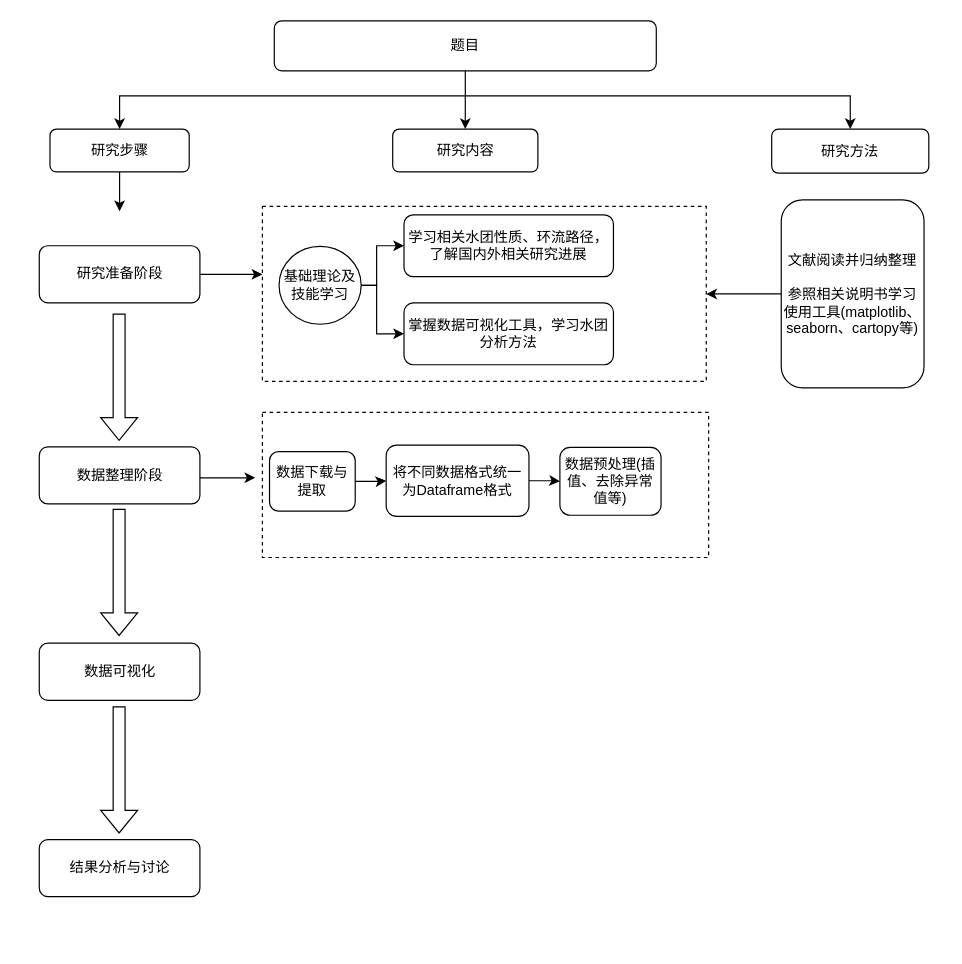
The draw.io diagram 未命名绘图.drawio in wcidftq/wcidftq, before the edit. Source tidied: cells renumbered, new cells numbered last; positions are measured from the earlier drawing's top-left corner, leaving out a move shared by most shapes. Both pictures are drawn from the tidied source at 119%, with x=0, y=0 at pixel (39, 20).
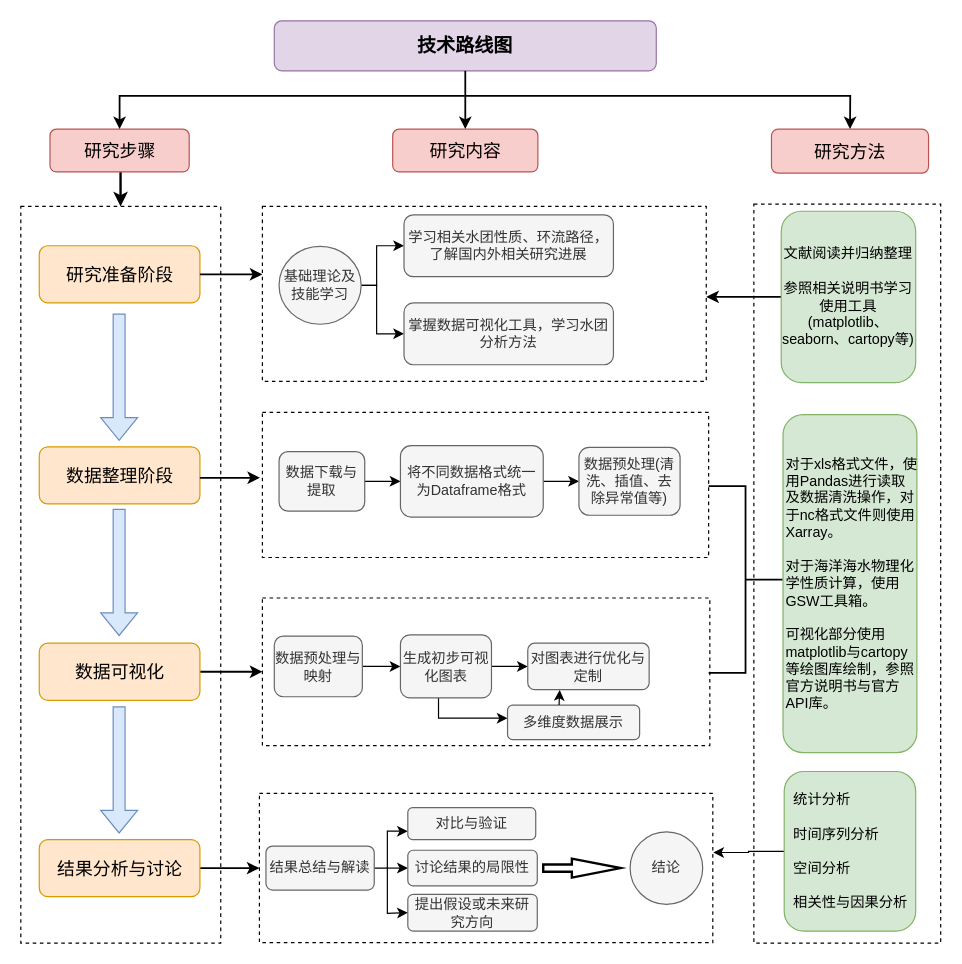
Above is the later version.

Commit message:
更新未命名绘图.drawio

Unchanged cells that the change refers to:
```xml
<mxCell id="3" style="rounded=0;whiteSpace=wrap;html=1;dashed=1;" parent="1" vertex="1">
  <mxGeometry x="187" y="156" width="373" height="147" as="geometry" />
</mxCell>
```

Change to the diagram source:
```diff
@@
+    <mxCell id="33" style="rounded=0;whiteSpace=wrap;html=1;dashed=1;" parent="1" vertex="1">
+      <mxGeometry x="600" y="154" width="157" height="621" as="geometry" />
+    </mxCell>
+    <mxCell id="34" style="rounded=0;whiteSpace=wrap;html=1;dashed=1;" parent="1" vertex="1">
+      <mxGeometry x="-16" y="156" width="168" height="619" as="geometry" />
+    </mxCell>
@@
-    <mxCell id="4" value="题目" style="rounded=1;whiteSpace=wrap;html=1;" parent="1" vertex="1">
+    <mxCell id="4" value="&lt;font style=&quot;font-size: 16px;&quot;&gt;&lt;b&gt;技术路线图&lt;/b&gt;&lt;/font&gt;" style="rounded=1;whiteSpace=wrap;html=1;fillColor=#e1d5e7;strokeColor=#9673a6;" parent="1" vertex="1">
       <mxGeometry x="197" width="321" height="42" as="geometry" />
     </mxCell>
+    <mxCell id="35" style="edgeStyle=orthogonalEdgeStyle;rounded=0;orthogonalLoop=1;jettySize=auto;html=1;strokeWidth=2;" parent="1" edge="1">
+      <mxGeometry relative="1" as="geometry">
+        <mxPoint x="67.8" y="94" as="sourcePoint" />
+        <mxPoint x="67.8" y="156" as="targetPoint" />
+      </mxGeometry>
+    </mxCell>
-    <mxCell id="5" value="研究步骤" style="rounded=1;whiteSpace=wrap;html=1;" parent="1" vertex="1">
+    <mxCell id="5" value="&lt;font style=&quot;font-size: 15px;&quot;&gt;研究步骤&lt;/font&gt;" style="rounded=1;whiteSpace=wrap;html=1;fillColor=#f8cecc;strokeColor=#b85450;" parent="1" vertex="1">
       <mxGeometry x="8.5" y="91" width="117" height="36" as="geometry" />
     </mxCell>
-    <mxCell id="6" value="研究方法" style="rounded=1;whiteSpace=wrap;html=1;" parent="1" vertex="1">
-      <mxGeometry x="615" y="91" width="132" height="37" as="geometry" />
+    <mxCell id="6" value="&lt;font style=&quot;font-size: 15px;&quot;&gt;研究方法&lt;/font&gt;" style="rounded=1;whiteSpace=wrap;html=1;fillColor=#f8cecc;strokeColor=#b85450;" parent="1" vertex="1">
+      <mxGeometry x="614.8" y="91" width="132" height="37" as="geometry" />
     </mxCell>
-    <mxCell id="7" value="研究内容" style="rounded=1;whiteSpace=wrap;html=1;" parent="1" vertex="1">
+    <mxCell id="7" value="&lt;font style=&quot;font-size: 15px;&quot;&gt;研究内容&lt;/font&gt;" style="rounded=1;whiteSpace=wrap;html=1;fillColor=#f8cecc;strokeColor=#b85450;" parent="1" vertex="1">
       <mxGeometry x="296.5" y="91" width="122" height="36" as="geometry" />
     </mxCell>
-    <mxCell id="8" value="研究准备阶段" style="rounded=1;whiteSpace=wrap;html=1;" parent="1" vertex="1">
+    <mxCell id="8" value="&lt;font style=&quot;font-size: 15px;&quot;&gt;研究准备阶段&lt;/font&gt;" style="rounded=1;whiteSpace=wrap;html=1;fillColor=#ffe6cc;strokeColor=#d79b00;" parent="1" vertex="1">
       <mxGeometry x="-0.5" y="189" width="135" height="48" as="geometry" />
     </mxCell>
-    <mxCell id="9" value="数据整理阶段" style="rounded=1;whiteSpace=wrap;html=1;" parent="1" vertex="1">
+    <mxCell id="9" value="&lt;font style=&quot;font-size: 15px;&quot;&gt;数据整理阶段&lt;/font&gt;" style="rounded=1;whiteSpace=wrap;html=1;fillColor=#ffe6cc;strokeColor=#d79b00;" parent="1" vertex="1">
       <mxGeometry x="-0.5" y="358" width="135" height="48" as="geometry" />
     </mxCell>
+    <mxCell id="36" style="edgeStyle=orthogonalEdgeStyle;rounded=0;jettySize=auto;html=1;strokeWidth=1.5;" parent="1" edge="1" source="10" target="38">
+      <mxGeometry relative="1" as="geometry" />
+    </mxCell>
-    <mxCell id="10" value="数据可视化" style="rounded=1;whiteSpace=wrap;html=1;" parent="1" vertex="1">
+    <mxCell id="10" value="&lt;font style=&quot;font-size: 15px;&quot;&gt;数据可视化&lt;/font&gt;" style="rounded=1;whiteSpace=wrap;html=1;fillColor=#ffe6cc;strokeColor=#d79b00;" parent="1" vertex="1">
       <mxGeometry x="-0.5" y="523" width="135" height="48" as="geometry" />
     </mxCell>
+    <mxCell id="37" style="edgeStyle=orthogonalEdgeStyle;rounded=0;jettySize=auto;html=1;strokeWidth=1.5;" parent="1" edge="1" source="11" target="49">
+      <mxGeometry relative="1" as="geometry" />
+    </mxCell>
-    <mxCell id="11" value="结果分析与讨论" style="rounded=1;whiteSpace=wrap;html=1;" parent="1" vertex="1">
+    <mxCell id="11" value="&lt;font style=&quot;font-size: 15px;&quot;&gt;结果分析与讨论&lt;/font&gt;" style="rounded=1;whiteSpace=wrap;html=1;fillColor=#ffe6cc;strokeColor=#d79b00;" parent="1" vertex="1">
       <mxGeometry x="-0.5" y="688" width="135" height="48" as="geometry" />
     </mxCell>
-    <mxCell id="12" style="endArrow=classic;html=1;rounded=0;exitX=0.5;exitY=1;exitDx=0;exitDy=0;entryX=0.5;entryY=0;entryDx=0;entryDy=0;" parent="1" edge="1" source="4" target="7">
+    <mxCell id="12" style="endArrow=classic;html=1;rounded=0;exitX=0.5;exitY=1;exitDx=0;exitDy=0;entryX=0.5;entryY=0;entryDx=0;entryDy=0;strokeWidth=1.5;" parent="1" edge="1" source="4" target="7">
       <mxGeometry relative="1" as="geometry" />
     </mxCell>
-    <mxCell id="13" style="endArrow=classic;html=1;rounded=0;entryX=0.5;entryY=0;entryDx=0;entryDy=0;" parent="1" edge="1" target="6">
+    <mxCell id="13" style="endArrow=classic;html=1;rounded=0;entryX=0.5;entryY=0;entryDx=0;entryDy=0;strokeWidth=1.5;" parent="1" edge="1" target="6">
       <mxGeometry relative="1" as="geometry">
         <mxPoint x="357" y="63" as="sourcePoint" />
         <Array as="points">
           <mxPoint x="681" y="63" />
         </Array>
       </mxGeometry>
     </mxCell>
-    <mxCell id="14" style="endArrow=classic;html=1;rounded=0;entryX=0.5;entryY=0;entryDx=0;entryDy=0;" parent="1" edge="1" target="5">
+    <mxCell id="14" style="endArrow=classic;html=1;rounded=0;entryX=0.5;entryY=0;entryDx=0;entryDy=0;strokeWidth=1.5;" parent="1" edge="1" target="5">
       <mxGeometry relative="1" as="geometry">
         <mxPoint x="357" y="63" as="sourcePoint" />
         <Array as="points">
           <mxPoint x="67" y="63" />
         </Array>
       </mxGeometry>
     </mxCell>
-    <mxCell id="15" style="endArrow=classic;html=1;rounded=0;exitX=0.5;exitY=1;exitDx=0;exitDy=0;" parent="1" edge="1" source="5">
-      <mxGeometry relative="1" as="geometry">
-        <mxPoint x="67" y="160" as="targetPoint" />
-      </mxGeometry>
-    </mxCell>
-    <mxCell id="16" style="endArrow=classic;html=1;rounded=0;exitX=1;exitY=0.5;exitDx=0;exitDy=0;entryX=0;entryY=0.388;entryDx=0;entryDy=0;entryPerimeter=0;" parent="1" edge="1" source="8" target="3">
+    <mxCell id="16" style="endArrow=classic;html=1;rounded=0;exitX=1;exitY=0.5;exitDx=0;exitDy=0;entryX=0;entryY=0.388;entryDx=0;entryDy=0;entryPerimeter=0;strokeWidth=1.5;" parent="1" edge="1" source="8" target="3">
       <mxGeometry relative="1" as="geometry" />
     </mxCell>
@@
-    <mxCell id="19" value="基础理论及技能学习" style="ellipse;whiteSpace=wrap;html=1;" parent="1" vertex="1">
+    <mxCell id="19" value="基础理论及技能学习" style="ellipse;whiteSpace=wrap;html=1;fillColor=#f5f5f5;fontColor=#333333;strokeColor=#666666;" parent="1" vertex="1">
       <mxGeometry x="201" y="189.5" width="69" height="65.5" as="geometry" />
     </mxCell>
-    <mxCell id="20" value="学习相关水团性质、环流路径，了解国内外相关研究进展" style="rounded=1;whiteSpace=wrap;html=1;" parent="1" vertex="1">
+    <mxCell id="20" value="学习相关水团性质、环流路径，了解国内外相关研究进展" style="rounded=1;whiteSpace=wrap;html=1;fillColor=#f5f5f5;fontColor=#333333;strokeColor=#666666;" parent="1" vertex="1">
       <mxGeometry x="306" y="163" width="176" height="52" as="geometry" />
     </mxCell>
-    <mxCell id="21" value="掌握数据可视化工具，学习水团分析方法" style="rounded=1;whiteSpace=wrap;html=1;" parent="1" vertex="1">
+    <mxCell id="21" value="掌握数据可视化工具，学习水团分析方法" style="rounded=1;whiteSpace=wrap;html=1;fillColor=#f5f5f5;fontColor=#333333;strokeColor=#666666;" parent="1" vertex="1">
       <mxGeometry x="306" y="237" width="176" height="52" as="geometry" />
     </mxCell>
-    <mxCell id="22" style="edgeStyle=orthogonalEdgeStyle;rounded=0;jettySize=auto;html=1;" parent="1" edge="1" source="23" target="3">
-      <mxGeometry relative="1" as="geometry" />
+    <mxCell id="22" style="edgeStyle=orthogonalEdgeStyle;rounded=0;jettySize=auto;html=1;strokeWidth=1.5;" parent="1" edge="1" source="23" target="3">
+      <mxGeometry relative="1" as="geometry">
+        <Array as="points">
+          <mxPoint x="579" y="232" />
+          <mxPoint x="579" y="232" />
+        </Array>
+      </mxGeometry>
     </mxCell>
-    <mxCell id="23" value="文献阅读并归纳整理&lt;div&gt;&lt;br&gt;&lt;div&gt;参照相关说明书学习使用工具(matplotlib、seaborn、cartopy等)&lt;/div&gt;&lt;/div&gt;" style="rounded=1;whiteSpace=wrap;html=1;" parent="1" vertex="1">
-      <mxGeometry x="623" y="150.5" width="120" height="158" as="geometry" />
+    <mxCell id="23" value="文献阅读并归纳整理&lt;div&gt;&lt;br&gt;&lt;div&gt;参照相关说明书学习使用工具(matplotlib、seaborn、cartopy等)&lt;/div&gt;&lt;/div&gt;" style="rounded=1;whiteSpace=wrap;html=1;fillColor=#d5e8d4;strokeColor=#82b366;" parent="1" vertex="1">
+      <mxGeometry x="623" y="160" width="113" height="144" as="geometry" />
     </mxCell>
-    <mxCell id="24" style="shape=flexArrow;endArrow=classic;html=1;rounded=0;" parent="1" edge="1">
+    <mxCell id="24" style="shape=flexArrow;endArrow=classic;html=1;rounded=0;fillColor=#dae8fc;strokeColor=#6c8ebf;" parent="1" edge="1">
       <mxGeometry relative="1" as="geometry">
         <mxPoint x="66.6" y="246" as="sourcePoint" />
         <mxPoint x="66.6" y="353" as="targetPoint" />
       </mxGeometry>
     </mxCell>
-    <mxCell id="25" style="shape=flexArrow;endArrow=classic;html=1;rounded=0;" parent="1" edge="1">
+    <mxCell id="25" style="shape=flexArrow;endArrow=classic;html=1;rounded=0;fillColor=#dae8fc;strokeColor=#6c8ebf;" parent="1" edge="1">
       <mxGeometry relative="1" as="geometry">
         <mxPoint x="66.6" y="410" as="sourcePoint" />
         <mxPoint x="66.6" y="517" as="targetPoint" />
       </mxGeometry>
     </mxCell>
-    <mxCell id="26" style="shape=flexArrow;endArrow=classic;html=1;rounded=0;" parent="1" edge="1">
+    <mxCell id="26" style="shape=flexArrow;endArrow=classic;html=1;rounded=0;fillColor=#dae8fc;strokeColor=#6c8ebf;" parent="1" edge="1">
       <mxGeometry relative="1" as="geometry">
         <mxPoint x="66.6" y="576" as="sourcePoint" />
         <mxPoint x="66.6" y="683" as="targetPoint" />
       </mxGeometry>
     </mxCell>
-    <mxCell id="27" style="endArrow=classic;html=1;rounded=0;" parent="1" edge="1">
+    <mxCell id="27" style="endArrow=classic;html=1;rounded=0;strokeWidth=1.5;" parent="1" edge="1">
       <mxGeometry relative="1" as="geometry">
         <mxPoint x="134.5" y="384" as="sourcePoint" />
-        <mxPoint x="181" y="384" as="targetPoint" />
+        <mxPoint x="185" y="384" as="targetPoint" />
       </mxGeometry>
     </mxCell>
@@
-    <mxCell id="29" value="数据下载与提取" style="rounded=1;whiteSpace=wrap;html=1;" parent="1" vertex="1">
-      <mxGeometry x="193" y="362" width="72" height="50" as="geometry" />
+    <mxCell id="29" value="数据下载与提取" style="rounded=1;whiteSpace=wrap;html=1;fillColor=#f5f5f5;fontColor=#333333;strokeColor=#666666;" parent="1" vertex="1">
+      <mxGeometry x="201" y="362" width="72" height="50" as="geometry" />
     </mxCell>
@@
-    <mxCell id="31" value="将不同数据格式统一为Dataframe格式" style="whiteSpace=wrap;html=1;rounded=1;" parent="1" vertex="1">
-      <mxGeometry x="291" y="356.5" width="120" height="60" as="geometry" />
+    <mxCell id="31" value="将不同数据格式统一为Dataframe格式" style="whiteSpace=wrap;html=1;rounded=1;fillColor=#f5f5f5;fontColor=#333333;strokeColor=#666666;" parent="1" vertex="1">
+      <mxGeometry x="303" y="357" width="120" height="60" as="geometry" />
     </mxCell>
-    <mxCell id="32" value="数据预处理(插值、去除异常值等)" style="whiteSpace=wrap;html=1;rounded=1;" parent="1" vertex="1">
-      <mxGeometry x="437" y="358.5" width="85" height="57" as="geometry" />
+    <mxCell id="32" value="数据预处理(清洗、插值、去除异常值等)" style="whiteSpace=wrap;html=1;rounded=1;fillColor=#f5f5f5;fontColor=#333333;strokeColor=#666666;" parent="1" vertex="1">
+      <mxGeometry x="453" y="358.5" width="85" height="57" as="geometry" />
     </mxCell>
+    <mxCell id="38" style="rounded=0;whiteSpace=wrap;html=1;dashed=1;" parent="1" vertex="1">
+      <mxGeometry x="187" y="485" width="376" height="124" as="geometry" />
+    </mxCell>
+    <mxCell id="39" style="edgeStyle=orthogonalEdgeStyle;rounded=0;jettySize=auto;html=1;" parent="1" edge="1" source="40" target="43">
+      <mxGeometry relative="1" as="geometry" />
+    </mxCell>
+    <mxCell id="40" value="数据预处理与映射" style="rounded=1;whiteSpace=wrap;html=1;fillColor=#f5f5f5;fontColor=#333333;strokeColor=#666666;" parent="1" vertex="1">
+      <mxGeometry x="197" y="517" width="74" height="51" as="geometry" />
+    </mxCell>
+    <mxCell id="41" style="edgeStyle=orthogonalEdgeStyle;rounded=0;jettySize=auto;html=1;" parent="1" edge="1" source="43" target="44">
+      <mxGeometry relative="1" as="geometry" />
+    </mxCell>
+    <mxCell id="42" style="edgeStyle=orthogonalEdgeStyle;rounded=0;jettySize=auto;html=1;" parent="1" edge="1" source="43" target="45">
+      <mxGeometry relative="1" as="geometry">
+        <Array as="points">
+          <mxPoint x="335" y="586" />
+        </Array>
+      </mxGeometry>
+    </mxCell>
+    <mxCell id="43" value="生成初步可视化图表" style="whiteSpace=wrap;html=1;rounded=1;fillColor=#f5f5f5;fontColor=#333333;strokeColor=#666666;" parent="1" vertex="1">
+      <mxGeometry x="303" y="516" width="76.5" height="53" as="geometry" />
+    </mxCell>
+    <mxCell id="44" value="对图表进行优化与定制" style="whiteSpace=wrap;html=1;rounded=1;fillColor=#f5f5f5;fontColor=#333333;strokeColor=#666666;" parent="1" vertex="1">
+      <mxGeometry x="410" y="523" width="102" height="39" as="geometry" />
+    </mxCell>
+    <mxCell id="45" value="多维度数据展示" style="whiteSpace=wrap;html=1;rounded=1;fillColor=#f5f5f5;fontColor=#333333;strokeColor=#666666;" parent="1" vertex="1">
+      <mxGeometry x="393" y="575" width="111" height="29" as="geometry" />
+    </mxCell>
+    <mxCell id="46" style="endArrow=classic;html=1;rounded=0;entryX=0.263;entryY=1.009;entryDx=0;entryDy=0;exitX=0.39;exitY=0;exitDx=0;exitDy=0;exitPerimeter=0;entryPerimeter=0;" parent="1" edge="1" source="45" target="44">
+      <mxGeometry relative="1" as="geometry" />
+    </mxCell>
+    <mxCell id="47" value="对于xls格式文件，使用Pandas进行读取及数据清洗操作，对于nc格式文件则使用Xarray。&lt;div&gt;&lt;br&gt;&lt;div&gt;对于海洋海水物理化学性质计算，使用GSW工具箱&lt;span style=&quot;background-color: initial;&quot;&gt;。&lt;/span&gt;&lt;/div&gt;&lt;div&gt;&lt;span style=&quot;background-color: initial;&quot;&gt;&lt;br&gt;&lt;/span&gt;&lt;/div&gt;&lt;div&gt;可视化部分使用matplotlib与cartopy等绘图库绘制，参照官方说明书与官方API库。&lt;/div&gt;&lt;/div&gt;" style="rounded=1;whiteSpace=wrap;html=1;align=left;fillColor=#d5e8d4;strokeColor=#82b366;" parent="1" vertex="1">
+      <mxGeometry x="624.5" y="331" width="112.5" height="284" as="geometry" />
+    </mxCell>
+    <mxCell id="48" style="strokeWidth=1.5;html=1;shape=mxgraph.flowchart.annotation_2;align=left;labelPosition=right;direction=west;" parent="1" vertex="1">
+      <mxGeometry x="562" y="391" width="62" height="157" as="geometry" />
+    </mxCell>
+    <mxCell id="49" style="rounded=0;whiteSpace=wrap;html=1;dashed=1;" parent="1" vertex="1">
+      <mxGeometry x="184.5" y="649.2" width="381" height="125.5" as="geometry" />
+    </mxCell>
+    <mxCell id="50" style="edgeStyle=orthogonalEdgeStyle;rounded=0;jettySize=auto;html=1;" parent="1" edge="1" source="51" target="52">
+      <mxGeometry relative="1" as="geometry">
+        <Array as="points">
+          <mxPoint x="292" y="712" />
+          <mxPoint x="292" y="681" />
+        </Array>
+      </mxGeometry>
+    </mxCell>
+    <mxCell id="51" value="结果总结与解读" style="rounded=1;whiteSpace=wrap;html=1;fillColor=#f5f5f5;fontColor=#333333;strokeColor=#666666;" parent="1" vertex="1">
+      <mxGeometry x="190" y="693.5" width="91" height="37" as="geometry" />
+    </mxCell>
+    <mxCell id="52" value="对比与验证" style="whiteSpace=wrap;html=1;fillColor=#f5f5f5;strokeColor=#666666;fontColor=#333333;rounded=1;" parent="1" vertex="1">
+      <mxGeometry x="309.2" y="661.2" width="107.5" height="26.8" as="geometry" />
+    </mxCell>
+    <mxCell id="53" style="endArrow=classic;html=1;rounded=0;entryX=0;entryY=0.5;entryDx=0;entryDy=0;" parent="1" edge="1" target="54">
+      <mxGeometry relative="1" as="geometry">
+        <mxPoint x="292" y="712" as="sourcePoint" />
+      </mxGeometry>
+    </mxCell>
+    <mxCell id="54" value="讨论结果的局限性" style="rounded=1;whiteSpace=wrap;html=1;fillColor=#f5f5f5;fontColor=#333333;strokeColor=#666666;" parent="1" vertex="1">
+      <mxGeometry x="309.2" y="697" width="108.8" height="30" as="geometry" />
+    </mxCell>
+    <mxCell id="55" value="提出假设或未来研究方向" style="rounded=1;whiteSpace=wrap;html=1;fillColor=#f5f5f5;fontColor=#333333;strokeColor=#666666;" parent="1" vertex="1">
+      <mxGeometry x="309.2" y="734" width="108.8" height="31" as="geometry" />
+    </mxCell>
+    <mxCell id="56" style="endArrow=classic;html=1;rounded=0;entryX=0;entryY=0.5;entryDx=0;entryDy=0;" parent="1" edge="1" target="55">
+      <mxGeometry relative="1" as="geometry">
+        <mxPoint x="292" y="711" as="sourcePoint" />
+        <Array as="points">
+          <mxPoint x="292" y="750" />
+        </Array>
+      </mxGeometry>
+    </mxCell>
+    <mxCell id="57" style="verticalLabelPosition=bottom;verticalAlign=top;html=1;strokeWidth=2;shape=mxgraph.arrows2.arrow;dy=0.62;dx=40.95;notch=0;" parent="1" vertex="1">
+      <mxGeometry x="423" y="704" width="65" height="16" as="geometry" />
+    </mxCell>
+    <mxCell id="58" value="结论" style="ellipse;whiteSpace=wrap;html=1;fillColor=#f5f5f5;fontColor=#333333;strokeColor=#666666;" parent="1" vertex="1">
+      <mxGeometry x="496" y="681.5" width="61" height="61" as="geometry" />
+    </mxCell>
+    <mxCell id="59" style="edgeStyle=orthogonalEdgeStyle;rounded=0;jettySize=auto;html=1;entryX=1.001;entryY=0.396;entryDx=0;entryDy=0;entryPerimeter=0;" parent="1" edge="1" source="60" target="49">
+      <mxGeometry relative="1" as="geometry" />
+    </mxCell>
+    <mxCell id="60" value="&lt;div style=&quot;text-align: justify;&quot;&gt;统计分析&lt;/div&gt;&lt;div style=&quot;text-align: justify;&quot;&gt;&lt;br&gt;&lt;/div&gt;&lt;div style=&quot;text-align: justify;&quot;&gt;时间序列分析&lt;/div&gt;&lt;div style=&quot;text-align: justify;&quot;&gt;&lt;br&gt;&lt;/div&gt;&lt;div style=&quot;text-align: justify;&quot;&gt;空间分析&lt;/div&gt;&lt;div style=&quot;text-align: justify;&quot;&gt;&lt;br&gt;&lt;/div&gt;&lt;div style=&quot;text-align: justify;&quot;&gt;相关性与因果分析&lt;/div&gt;" style="rounded=1;whiteSpace=wrap;html=1;fillColor=#d5e8d4;strokeColor=#82b366;" parent="1" vertex="1">
+      <mxGeometry x="625.5" y="630.8" width="110.5" height="134.2" as="geometry" />
+    </mxCell>
```
